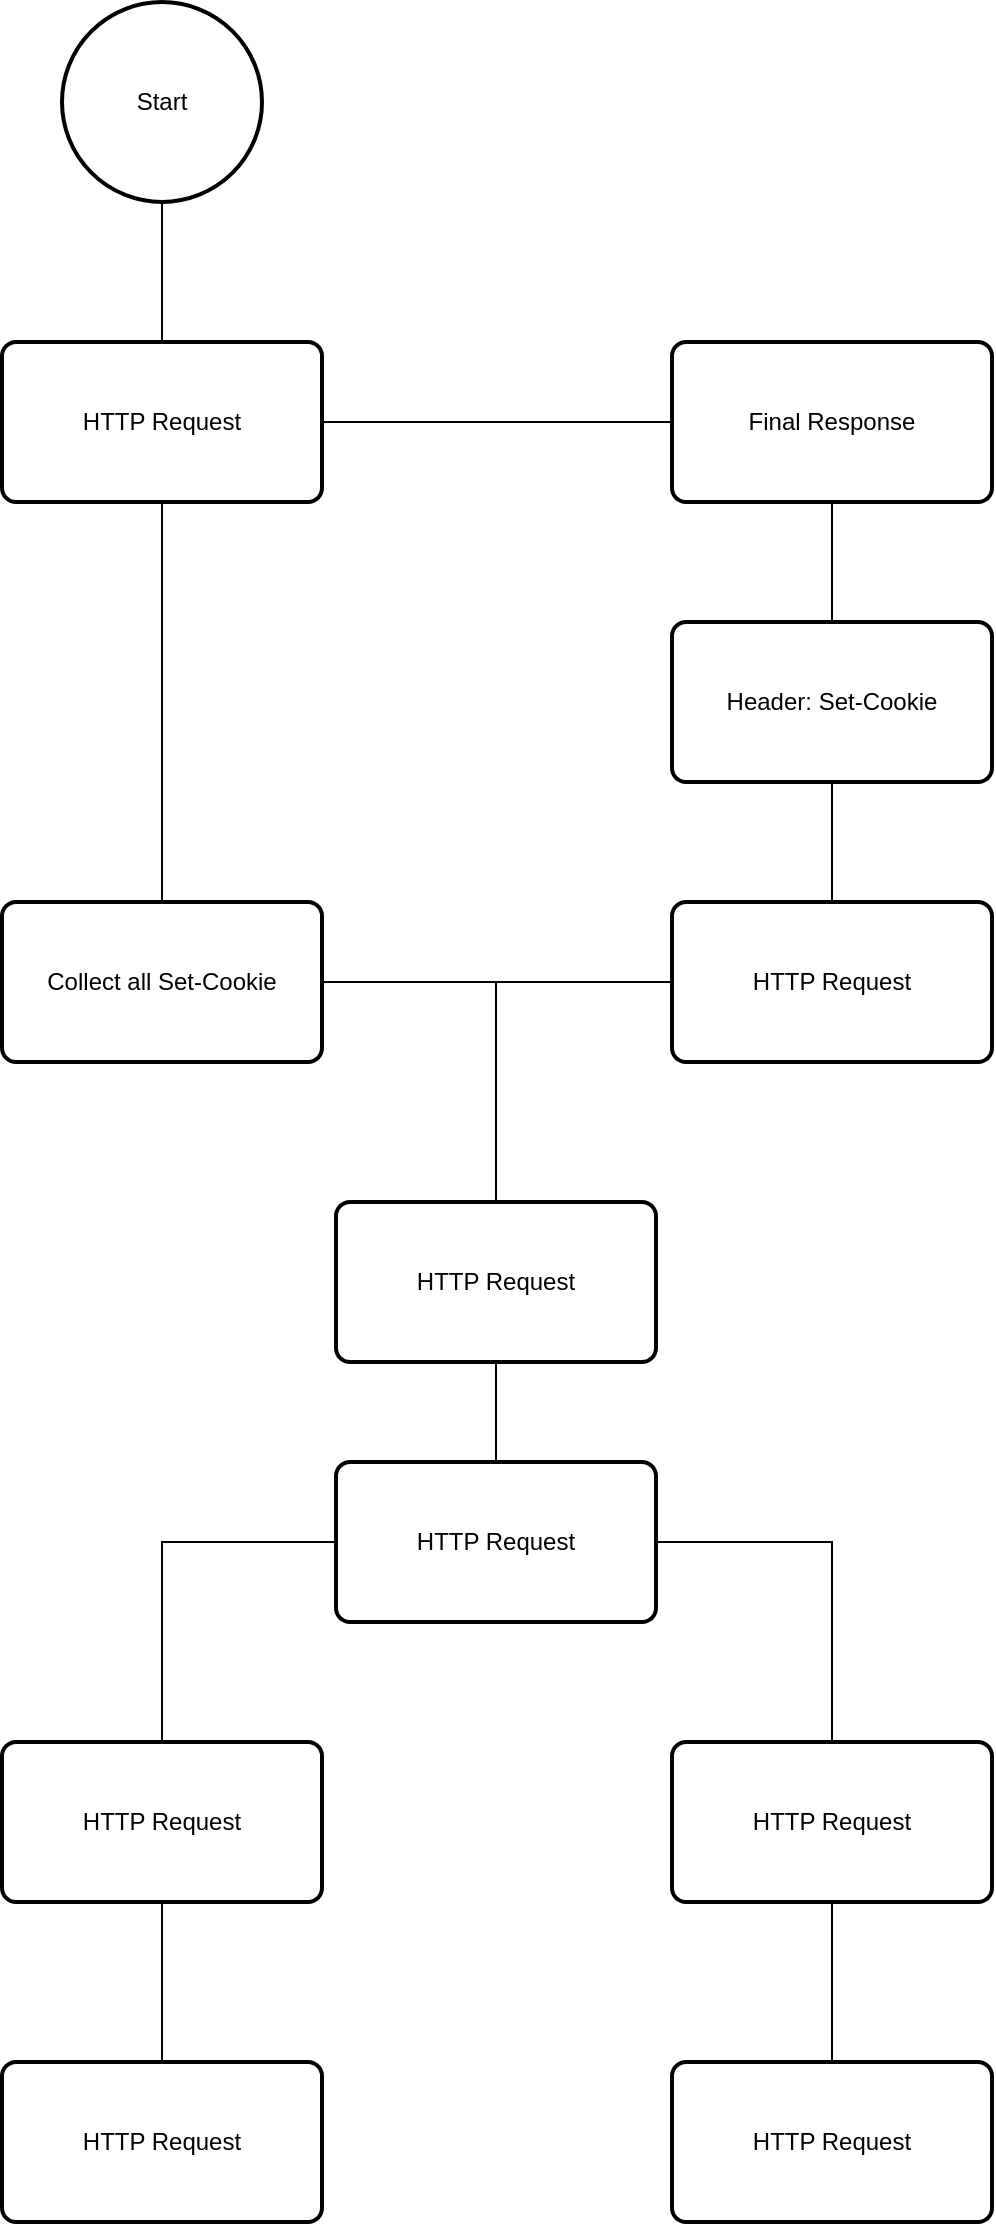
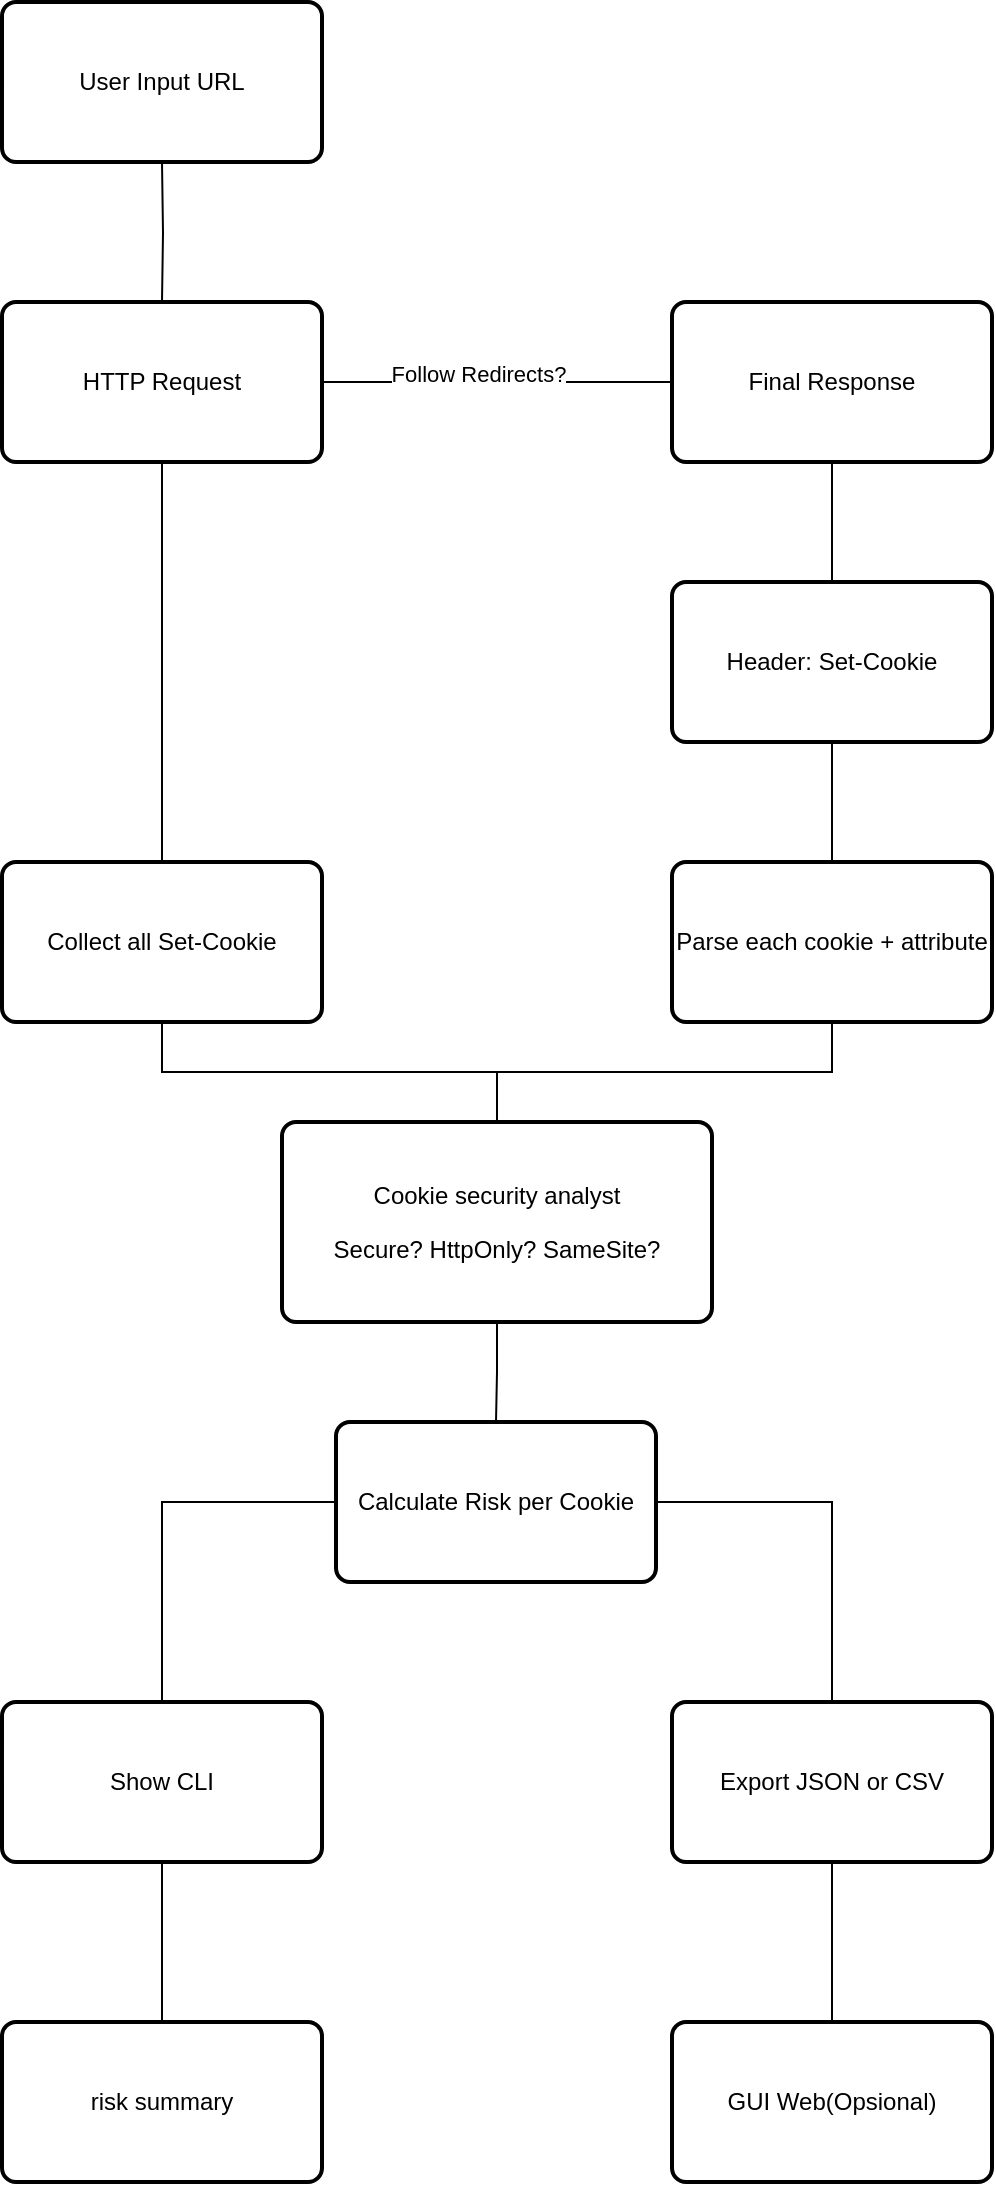
<mxfile host="app.diagrams.net" agent="Mozilla/5.0 (Windows NT 10.0; Win64; x64) AppleWebKit/537.36 (KHTML, like Gecko) Chrome/139.0.0.0 Safari/537.36 Edg/139.0.0.0" version="28.1.0">
  <diagram name="Page-1" id="QOenVaEnFuFY4r1aytW3">
-     <mxGraphModel dx="1149" dy="633" grid="1" gridSize="10" guides="1" tooltips="1" connect="1" arrows="1" fold="1" page="1" pageScale="1" pageWidth="850" pageHeight="1100" math="0" shadow="0">
+     <mxGraphModel dx="940" dy="518" grid="1" gridSize="10" guides="1" tooltips="1" connect="1" arrows="1" fold="1" page="1" pageScale="1" pageWidth="850" pageHeight="1100" math="0" shadow="0">
      <root>
        <mxCell id="0" />
        <mxCell id="1" parent="0" />
-         <mxCell id="J9IduN-tzoJD2EyRbQPY-24" style="edgeStyle=orthogonalEdgeStyle;rounded=0;orthogonalLoop=1;jettySize=auto;html=1;endArrow=none;endFill=0;" edge="1" parent="1" source="J9IduN-tzoJD2EyRbQPY-1" target="J9IduN-tzoJD2EyRbQPY-2">
-           <mxGeometry relative="1" as="geometry" />
-         </mxCell>
-         <mxCell id="J9IduN-tzoJD2EyRbQPY-1" value="Start" style="strokeWidth=2;html=1;shape=mxgraph.flowchart.start_2;whiteSpace=wrap;" vertex="1" parent="1">
-           <mxGeometry x="208" y="80" width="100" height="100" as="geometry" />
+         <mxCell id="J9IduN-tzoJD2EyRbQPY-24" style="edgeStyle=orthogonalEdgeStyle;rounded=0;orthogonalLoop=1;jettySize=auto;html=1;endArrow=none;endFill=0;" edge="1" parent="1" target="J9IduN-tzoJD2EyRbQPY-2">
+           <mxGeometry relative="1" as="geometry">
+             <mxPoint x="258" y="180" as="sourcePoint" />
+           </mxGeometry>
        </mxCell>
        <mxCell id="J9IduN-tzoJD2EyRbQPY-4" style="edgeStyle=orthogonalEdgeStyle;rounded=0;orthogonalLoop=1;jettySize=auto;html=1;entryX=0;entryY=0.5;entryDx=0;entryDy=0;endArrow=none;endFill=0;" edge="1" parent="1" source="J9IduN-tzoJD2EyRbQPY-2" target="J9IduN-tzoJD2EyRbQPY-3">
          <mxGeometry relative="1" as="geometry" />
+         </mxCell>
+         <mxCell id="J9IduN-tzoJD2EyRbQPY-27" value="Follow Redirects?" style="edgeLabel;html=1;align=center;verticalAlign=middle;resizable=0;points=[];" vertex="1" connectable="0" parent="J9IduN-tzoJD2EyRbQPY-4">
+           <mxGeometry x="-0.1124" y="4" relative="1" as="geometry">
+             <mxPoint as="offset" />
+           </mxGeometry>
        </mxCell>
        <mxCell id="J9IduN-tzoJD2EyRbQPY-8" style="edgeStyle=orthogonalEdgeStyle;rounded=0;orthogonalLoop=1;jettySize=auto;html=1;entryX=0.5;entryY=0;entryDx=0;entryDy=0;endArrow=none;endFill=0;" edge="1" parent="1" source="J9IduN-tzoJD2EyRbQPY-2" target="J9IduN-tzoJD2EyRbQPY-7">
          <mxGeometry relative="1" as="geometry" />
        </mxCell>
        <mxCell id="J9IduN-tzoJD2EyRbQPY-2" value="HTTP Request" style="rounded=1;whiteSpace=wrap;html=1;absoluteArcSize=1;arcSize=14;strokeWidth=2;" vertex="1" parent="1">
          <mxGeometry x="178" y="250" width="160" height="80" as="geometry" />
        </mxCell>
        <mxCell id="J9IduN-tzoJD2EyRbQPY-9" style="edgeStyle=orthogonalEdgeStyle;rounded=0;orthogonalLoop=1;jettySize=auto;html=1;entryX=0.5;entryY=0;entryDx=0;entryDy=0;endArrow=none;endFill=0;" edge="1" parent="1" source="J9IduN-tzoJD2EyRbQPY-3" target="J9IduN-tzoJD2EyRbQPY-6">
          <mxGeometry relative="1" as="geometry" />
        </mxCell>
        <mxCell id="J9IduN-tzoJD2EyRbQPY-3" value="Final Response" style="rounded=1;whiteSpace=wrap;html=1;absoluteArcSize=1;arcSize=14;strokeWidth=2;" vertex="1" parent="1">
          <mxGeometry x="513" y="250" width="160" height="80" as="geometry" />
        </mxCell>
        <mxCell id="J9IduN-tzoJD2EyRbQPY-13" style="edgeStyle=orthogonalEdgeStyle;rounded=0;orthogonalLoop=1;jettySize=auto;html=1;entryX=0.5;entryY=0;entryDx=0;entryDy=0;endArrow=none;endFill=0;" edge="1" parent="1" source="J9IduN-tzoJD2EyRbQPY-5" target="J9IduN-tzoJD2EyRbQPY-11">
          <mxGeometry relative="1" as="geometry" />
        </mxCell>
-         <mxCell id="J9IduN-tzoJD2EyRbQPY-5" value="HTTP Request" style="rounded=1;whiteSpace=wrap;html=1;absoluteArcSize=1;arcSize=14;strokeWidth=2;" vertex="1" parent="1">
+         <mxCell id="J9IduN-tzoJD2EyRbQPY-5" value="&lt;p&gt;Parse each cookie + attribute&lt;/p&gt;" style="rounded=1;whiteSpace=wrap;html=1;absoluteArcSize=1;arcSize=14;strokeWidth=2;" vertex="1" parent="1">
          <mxGeometry x="513" y="530" width="160" height="80" as="geometry" />
        </mxCell>
        <mxCell id="J9IduN-tzoJD2EyRbQPY-10" style="edgeStyle=orthogonalEdgeStyle;rounded=0;orthogonalLoop=1;jettySize=auto;html=1;endArrow=none;endFill=0;" edge="1" parent="1" source="J9IduN-tzoJD2EyRbQPY-6" target="J9IduN-tzoJD2EyRbQPY-5">
          <mxGeometry relative="1" as="geometry" />
        </mxCell>
        <mxCell id="J9IduN-tzoJD2EyRbQPY-6" value="Header: Set-Cookie" style="rounded=1;whiteSpace=wrap;html=1;absoluteArcSize=1;arcSize=14;strokeWidth=2;" vertex="1" parent="1">
          <mxGeometry x="513" y="390" width="160" height="80" as="geometry" />
        </mxCell>
        <mxCell id="J9IduN-tzoJD2EyRbQPY-12" style="edgeStyle=orthogonalEdgeStyle;rounded=0;orthogonalLoop=1;jettySize=auto;html=1;entryX=0.5;entryY=0;entryDx=0;entryDy=0;endArrow=none;endFill=0;" edge="1" parent="1" source="J9IduN-tzoJD2EyRbQPY-7" target="J9IduN-tzoJD2EyRbQPY-11">
          <mxGeometry relative="1" as="geometry" />
        </mxCell>
        <mxCell id="J9IduN-tzoJD2EyRbQPY-7" value="&lt;p&gt;Collect all Set-Cookie&lt;/p&gt;" style="rounded=1;whiteSpace=wrap;html=1;absoluteArcSize=1;arcSize=14;strokeWidth=2;" vertex="1" parent="1">
          <mxGeometry x="178" y="530" width="160" height="80" as="geometry" />
        </mxCell>
        <mxCell id="J9IduN-tzoJD2EyRbQPY-19" style="edgeStyle=orthogonalEdgeStyle;rounded=0;orthogonalLoop=1;jettySize=auto;html=1;entryX=0.5;entryY=0;entryDx=0;entryDy=0;endArrow=none;endFill=0;" edge="1" parent="1" source="J9IduN-tzoJD2EyRbQPY-11" target="J9IduN-tzoJD2EyRbQPY-14">
          <mxGeometry relative="1" as="geometry" />
        </mxCell>
-         <mxCell id="J9IduN-tzoJD2EyRbQPY-11" value="HTTP Request" style="rounded=1;whiteSpace=wrap;html=1;absoluteArcSize=1;arcSize=14;strokeWidth=2;" vertex="1" parent="1">
-           <mxGeometry x="345" y="680" width="160" height="80" as="geometry" />
+         <mxCell id="J9IduN-tzoJD2EyRbQPY-11" value="&lt;p&gt;Cookie security analyst&lt;/p&gt;&lt;p&gt;Secure? HttpOnly? SameSite?&lt;/p&gt;" style="rounded=1;whiteSpace=wrap;html=1;absoluteArcSize=1;arcSize=14;strokeWidth=2;" vertex="1" parent="1">
+           <mxGeometry x="318" y="660" width="215" height="100" as="geometry" />
        </mxCell>
        <mxCell id="J9IduN-tzoJD2EyRbQPY-20" style="edgeStyle=orthogonalEdgeStyle;rounded=0;orthogonalLoop=1;jettySize=auto;html=1;entryX=0.5;entryY=0;entryDx=0;entryDy=0;endArrow=none;endFill=0;" edge="1" parent="1" source="J9IduN-tzoJD2EyRbQPY-14" target="J9IduN-tzoJD2EyRbQPY-18">
          <mxGeometry relative="1" as="geometry" />
        </mxCell>
        <mxCell id="J9IduN-tzoJD2EyRbQPY-21" style="edgeStyle=orthogonalEdgeStyle;rounded=0;orthogonalLoop=1;jettySize=auto;html=1;entryX=0.5;entryY=0;entryDx=0;entryDy=0;endArrow=none;endFill=0;" edge="1" parent="1" source="J9IduN-tzoJD2EyRbQPY-14" target="J9IduN-tzoJD2EyRbQPY-17">
          <mxGeometry relative="1" as="geometry" />
        </mxCell>
-         <mxCell id="J9IduN-tzoJD2EyRbQPY-14" value="HTTP Request" style="rounded=1;whiteSpace=wrap;html=1;absoluteArcSize=1;arcSize=14;strokeWidth=2;" vertex="1" parent="1">
+         <mxCell id="J9IduN-tzoJD2EyRbQPY-14" value="Calculate Risk per Cookie" style="rounded=1;whiteSpace=wrap;html=1;absoluteArcSize=1;arcSize=14;strokeWidth=2;" vertex="1" parent="1">
          <mxGeometry x="345" y="810" width="160" height="80" as="geometry" />
        </mxCell>
-         <mxCell id="J9IduN-tzoJD2EyRbQPY-15" value="HTTP Request" style="rounded=1;whiteSpace=wrap;html=1;absoluteArcSize=1;arcSize=14;strokeWidth=2;" vertex="1" parent="1">
+         <mxCell id="J9IduN-tzoJD2EyRbQPY-15" value="GUI Web(Opsional)" style="rounded=1;whiteSpace=wrap;html=1;absoluteArcSize=1;arcSize=14;strokeWidth=2;" vertex="1" parent="1">
          <mxGeometry x="513" y="1110" width="160" height="80" as="geometry" />
        </mxCell>
-         <mxCell id="J9IduN-tzoJD2EyRbQPY-16" value="HTTP Request" style="rounded=1;whiteSpace=wrap;html=1;absoluteArcSize=1;arcSize=14;strokeWidth=2;" vertex="1" parent="1">
+         <mxCell id="J9IduN-tzoJD2EyRbQPY-16" value="&lt;p&gt;risk summary&lt;/p&gt;" style="rounded=1;whiteSpace=wrap;html=1;absoluteArcSize=1;arcSize=14;strokeWidth=2;" vertex="1" parent="1">
          <mxGeometry x="178" y="1110" width="160" height="80" as="geometry" />
        </mxCell>
        <mxCell id="J9IduN-tzoJD2EyRbQPY-23" style="edgeStyle=orthogonalEdgeStyle;rounded=0;orthogonalLoop=1;jettySize=auto;html=1;entryX=0.5;entryY=0;entryDx=0;entryDy=0;endArrow=none;endFill=0;" edge="1" parent="1" source="J9IduN-tzoJD2EyRbQPY-17" target="J9IduN-tzoJD2EyRbQPY-15">
          <mxGeometry relative="1" as="geometry" />
        </mxCell>
-         <mxCell id="J9IduN-tzoJD2EyRbQPY-17" value="HTTP Request" style="rounded=1;whiteSpace=wrap;html=1;absoluteArcSize=1;arcSize=14;strokeWidth=2;" vertex="1" parent="1">
+         <mxCell id="J9IduN-tzoJD2EyRbQPY-17" value="Export JSON or CSV" style="rounded=1;whiteSpace=wrap;html=1;absoluteArcSize=1;arcSize=14;strokeWidth=2;" vertex="1" parent="1">
          <mxGeometry x="513" y="950" width="160" height="80" as="geometry" />
        </mxCell>
        <mxCell id="J9IduN-tzoJD2EyRbQPY-22" style="edgeStyle=orthogonalEdgeStyle;rounded=0;orthogonalLoop=1;jettySize=auto;html=1;endArrow=none;endFill=0;" edge="1" parent="1" source="J9IduN-tzoJD2EyRbQPY-18" target="J9IduN-tzoJD2EyRbQPY-16">
          <mxGeometry relative="1" as="geometry" />
        </mxCell>
-         <mxCell id="J9IduN-tzoJD2EyRbQPY-18" value="HTTP Request" style="rounded=1;whiteSpace=wrap;html=1;absoluteArcSize=1;arcSize=14;strokeWidth=2;" vertex="1" parent="1">
+         <mxCell id="J9IduN-tzoJD2EyRbQPY-18" value="Show CLI" style="rounded=1;whiteSpace=wrap;html=1;absoluteArcSize=1;arcSize=14;strokeWidth=2;" vertex="1" parent="1">
          <mxGeometry x="178" y="950" width="160" height="80" as="geometry" />
+         </mxCell>
+         <mxCell id="J9IduN-tzoJD2EyRbQPY-28" value="User Input URL" style="rounded=1;whiteSpace=wrap;html=1;absoluteArcSize=1;arcSize=14;strokeWidth=2;" vertex="1" parent="1">
+           <mxGeometry x="178" y="100" width="160" height="80" as="geometry" />
        </mxCell>
      </root>
    </mxGraphModel>
  </diagram>
</mxfile>
